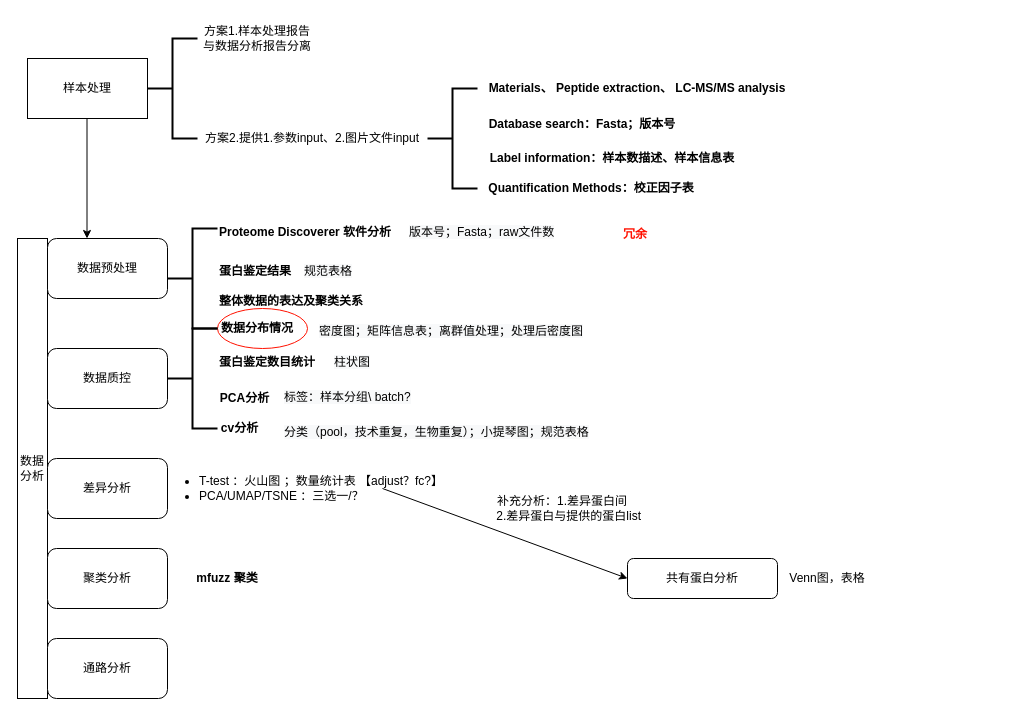
Earlier version of the draw.io diagram Untitled Diagram.drawio (Alazia/chatbot). Source tidied: cells renumbered, new cells numbered last; positions are measured from the earlier drawing's top-left corner, leaving out a move shared by most shapes. Both pictures are drawn from the tidied source at 100%, with x=0, y=0 at pixel (17, 28).
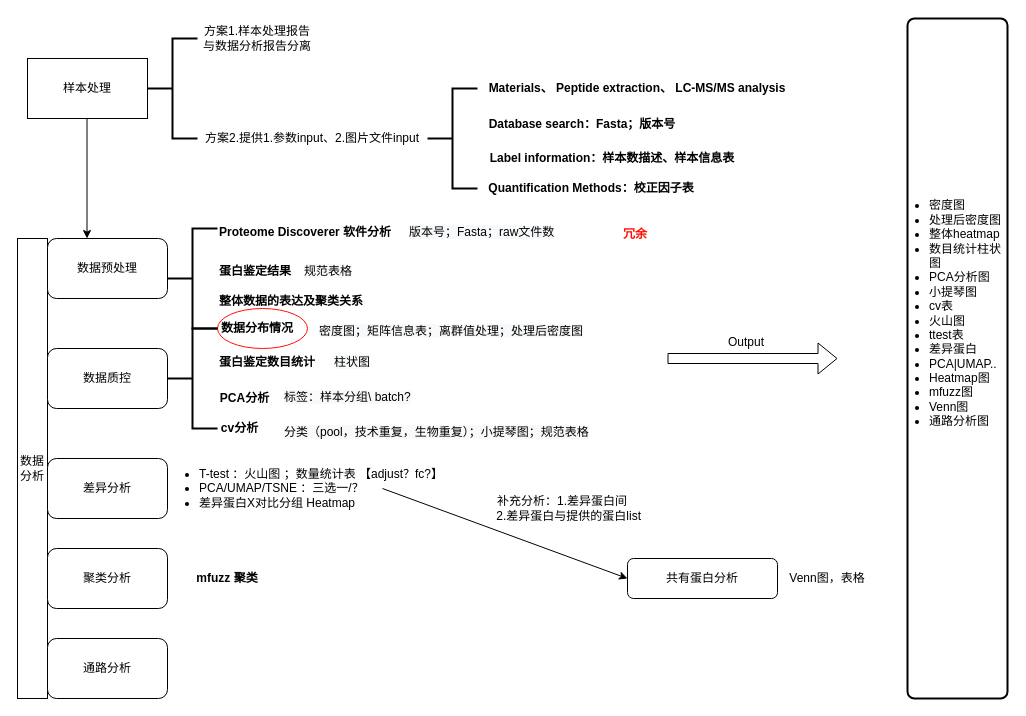
Above is the later version.

Diff of the diagram source:
```diff
@@
-    <mxCell id="37" value="&lt;ul&gt;&lt;li&gt;T-test ：火山图 ；数量统计表 【adjust？fc?】&lt;/li&gt;&lt;li&gt;PCA/UMAP/TSNE ：三选一/？&lt;/li&gt;&lt;/ul&gt;" style="text;strokeColor=none;fillColor=none;html=1;whiteSpace=wrap;verticalAlign=middle;overflow=hidden;fontColor=#000000;" parent="1" vertex="1">
+    <mxCell id="37" value="&lt;ul&gt;&lt;li&gt;T-test ：火山图 ；数量统计表 【adjust？fc?】&lt;/li&gt;&lt;li&gt;PCA/UMAP/TSNE ：三选一/？&lt;/li&gt;&lt;li&gt;差异蛋白X对比分组 Heatmap&lt;/li&gt;&lt;/ul&gt;" style="text;strokeColor=none;fillColor=none;html=1;whiteSpace=wrap;verticalAlign=middle;overflow=hidden;fontColor=#000000;" parent="1" vertex="1">
       <mxGeometry x="140" y="420" width="290" height="80" as="geometry" />
     </mxCell>
@@
+    <mxCell id="42" style="rounded=1;whiteSpace=wrap;html=1;absoluteArcSize=1;arcSize=14;strokeWidth=2;fontColor=#000000;" parent="1" vertex="1">
+      <mxGeometry x="890" y="-10" width="100" height="680" as="geometry" />
+    </mxCell>
+    <mxCell id="43" style="shape=flexArrow;endArrow=classic;html=1;fontColor=#000000;" parent="1" edge="1">
+      <mxGeometry relative="1" as="geometry">
+        <mxPoint x="650" y="330" as="sourcePoint" />
+        <mxPoint x="820" y="330" as="targetPoint" />
+      </mxGeometry>
+    </mxCell>
+    <mxCell id="44" value="Output" style="text;html=1;strokeColor=none;fillColor=none;align=center;verticalAlign=middle;whiteSpace=wrap;rounded=0;fontColor=#000000;" parent="1" vertex="1">
+      <mxGeometry x="709" y="303.5" width="40" height="20" as="geometry" />
+    </mxCell>
+    <mxCell id="45" value="&lt;ul&gt;&lt;li&gt;密度图&lt;/li&gt;&lt;li&gt;处理后密度图&lt;/li&gt;&lt;li&gt;整体heatmap&lt;/li&gt;&lt;li&gt;数目统计柱状图&lt;/li&gt;&lt;li&gt;PCA分析图&lt;/li&gt;&lt;li&gt;小提琴图&lt;/li&gt;&lt;li&gt;cv表&lt;/li&gt;&lt;li&gt;火山图&lt;/li&gt;&lt;li&gt;ttest表&amp;nbsp;&lt;/li&gt;&lt;li&gt;差异蛋白&lt;/li&gt;&lt;li&gt;PCA|UMAP..&lt;/li&gt;&lt;li&gt;Heatmap图&lt;/li&gt;&lt;li&gt;mfuzz图&lt;/li&gt;&lt;li&gt;Venn图&lt;/li&gt;&lt;li&gt;通路分析图&lt;/li&gt;&lt;/ul&gt;" style="text;strokeColor=none;fillColor=none;html=1;whiteSpace=wrap;verticalAlign=middle;overflow=hidden;fontColor=#000000;" parent="1" vertex="1">
+      <mxGeometry x="870" y="10" width="120" height="550" as="geometry" />
+    </mxCell>
```
